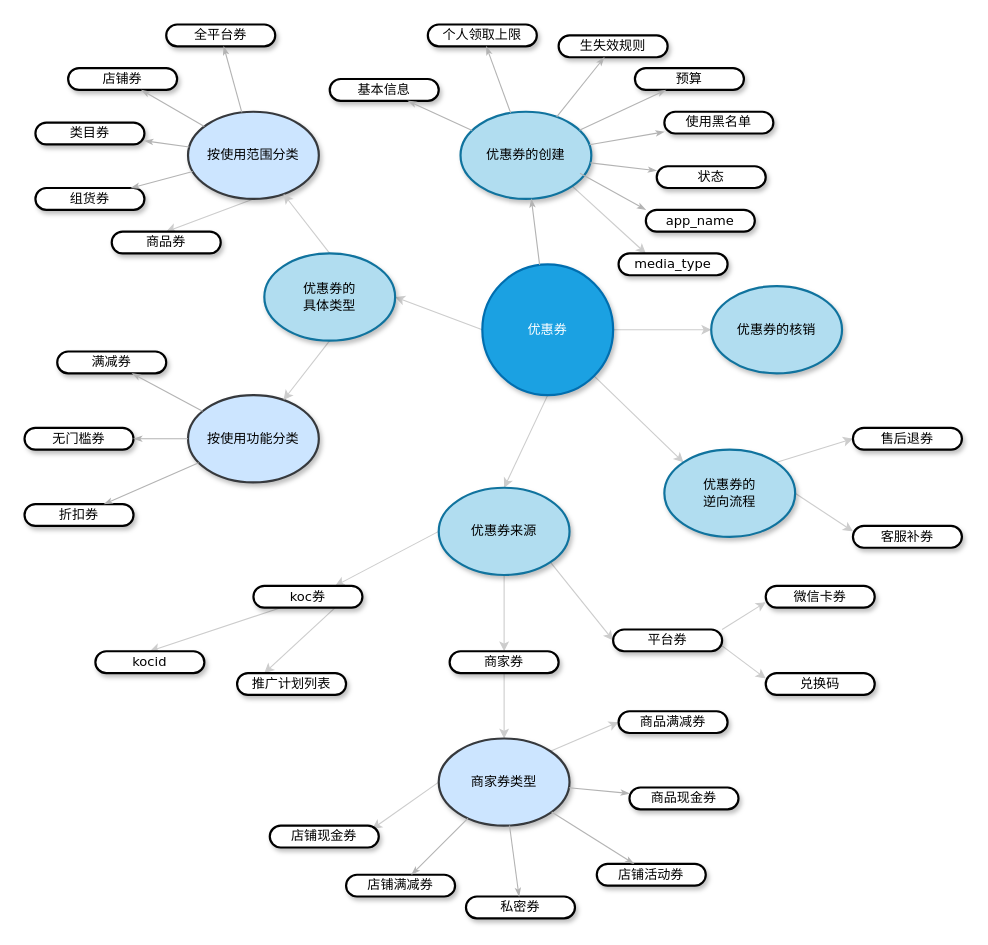
Before: page "Page-35" (19 of 31) of Untitled Diagram.drawio in zengcrvip/basedemo, a draw.io diagram. Source tidied: cells renumbered, new cells numbered last; positions are measured from the earlier drawing's top-left corner, leaving out a move shared by most shapes. Both pictures are drawn from the tidied source at 109%, with x=0, y=0 at pixel (24, 24).
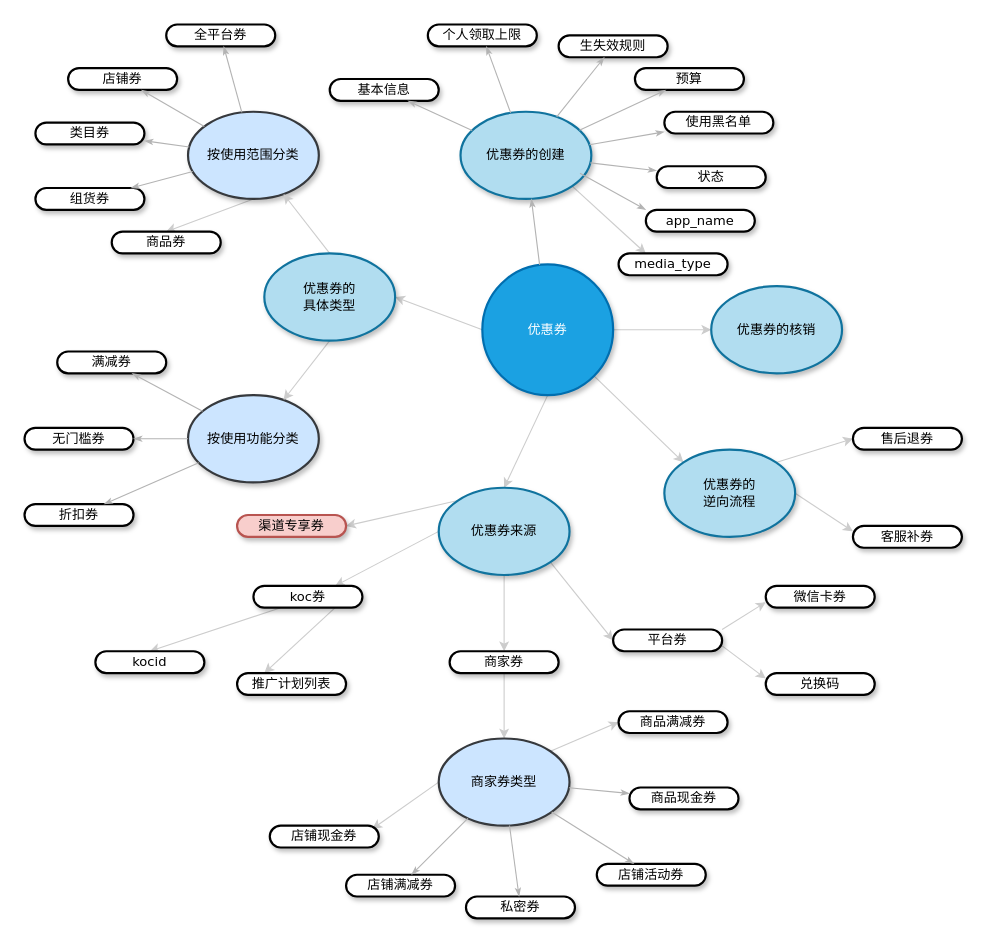
After the change.

The change refers to these unchanged cells:
```xml
<mxCell id="15" value="&lt;span&gt;优惠券来源&lt;/span&gt;" style="ellipse;whiteSpace=wrap;html=1;rounded=1;shadow=1;comic=0;labelBackgroundColor=none;strokeWidth=2;fontFamily=Verdana;fontSize=12;align=center;fillColor=#b1ddf0;strokeColor=#10739e;" parent="1" vertex="1">
  <mxGeometry x="380" y="425" width="120" height="80" as="geometry" />
</mxCell>
```

Change to the diagram source:
```diff
@@
+    <mxCell id="81" style="rounded=0;jettySize=auto;html=1;exitX=0;exitY=0;exitDx=0;exitDy=0;entryX=1;entryY=0.5;entryDx=0;entryDy=0;strokeColor=#CCCCCC;" parent="1" edge="1" source="15" target="82">
+      <mxGeometry relative="1" as="geometry" />
+    </mxCell>
@@
+    <mxCell id="82" value="&lt;span&gt;渠道专享券&lt;/span&gt;" style="whiteSpace=wrap;html=1;rounded=1;shadow=1;comic=0;labelBackgroundColor=none;strokeWidth=2;fontFamily=Verdana;fontSize=12;align=center;arcSize=50;fillColor=#f8cecc;strokeColor=#b85450;" parent="1" vertex="1">
+      <mxGeometry x="195" y="450" width="100" height="20" as="geometry" />
+    </mxCell>
```
